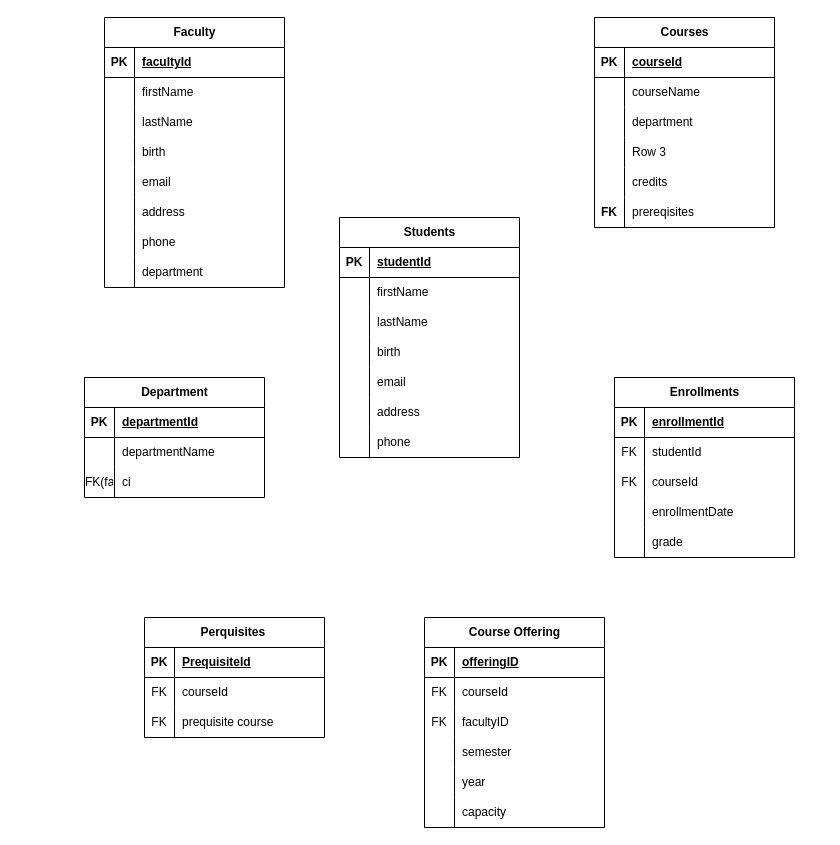
Before: sql-db-design-for-university-management.drawio in checkiamsiam/SQL-database-design-practice, a draw.io diagram. Source tidied: cells renumbered, new cells numbered last; positions are measured from the earlier drawing's top-left corner, leaving out a move shared by most shapes. Both pictures are drawn from the tidied source at 100%, with x=0, y=0 at pixel (84, 17).
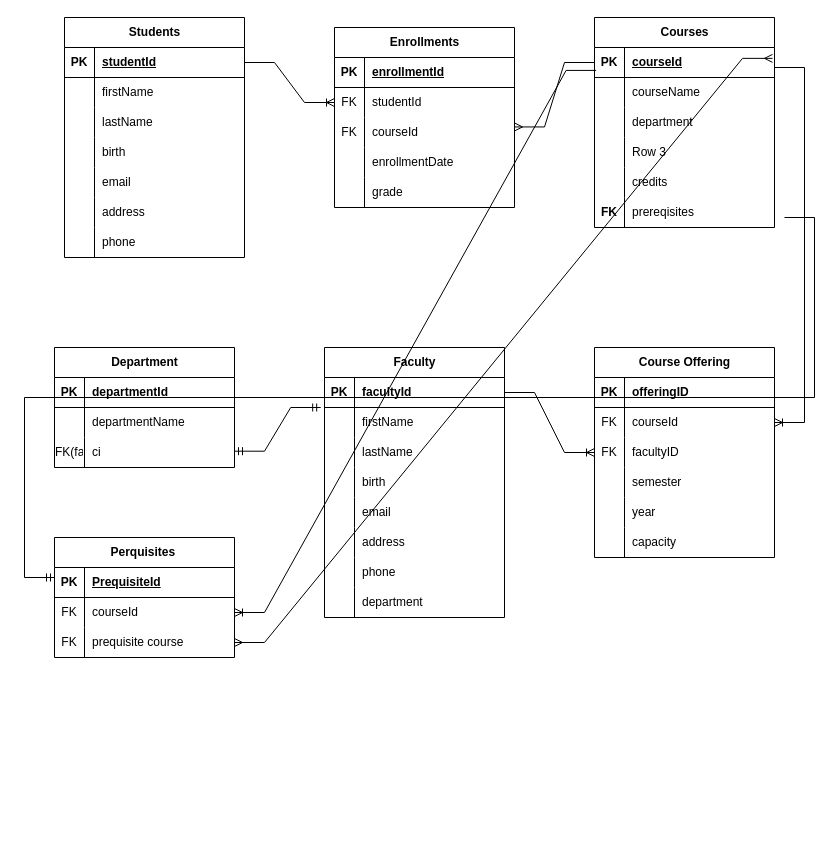
Above is the later version.

The change refers to these unchanged cells:
```xml
<mxCell id="3" style="shape=tableRow;horizontal=0;startSize=0;swimlaneHead=0;swimlaneBody=0;fillColor=none;points=[[0,0.5],[1,0.5]];portConstraint=eastwest;top=0;left=0;right=0;bottom=1;" parent="2" vertex="1">
  <mxGeometry y="30" width="180" height="30" as="geometry" />
</mxCell>
<mxCell id="25" style="shape=tableRow;horizontal=0;startSize=0;swimlaneHead=0;swimlaneBody=0;fillColor=none;points=[[0,0.5],[1,0.5]];portConstraint=eastwest;top=0;left=0;right=0;bottom=1;" parent="24" vertex="1">
  <mxGeometry y="30" width="180" height="30" as="geometry" />
</mxCell>
<mxCell id="44" style="shape=tableRow;horizontal=0;startSize=0;swimlaneHead=0;swimlaneBody=0;fillColor=none;points=[[0,0.5],[1,0.5]];portConstraint=eastwest;top=0;left=0;right=0;bottom=1;" parent="43" vertex="1">
  <mxGeometry y="30" width="180" height="30" as="geometry" />
</mxCell>
<mxCell id="72" style="shape=tableRow;horizontal=0;startSize=0;swimlaneHead=0;swimlaneBody=0;fillColor=none;points=[[0,0.5],[1,0.5]];portConstraint=eastwest;top=0;left=0;right=0;bottom=0;" parent="68" vertex="1">
  <mxGeometry y="60" width="180" height="30" as="geometry" />
</mxCell>
<mxCell id="75" style="shape=tableRow;horizontal=0;startSize=0;swimlaneHead=0;swimlaneBody=0;fillColor=none;points=[[0,0.5],[1,0.5]];portConstraint=eastwest;top=0;left=0;right=0;bottom=0;" parent="68" vertex="1">
  <mxGeometry y="90" width="180" height="30" as="geometry" />
</mxCell>
<mxCell id="88" style="shape=tableRow;horizontal=0;startSize=0;swimlaneHead=0;swimlaneBody=0;fillColor=none;points=[[0,0.5],[1,0.5]];portConstraint=eastwest;top=0;left=0;right=0;bottom=0;" parent="84" vertex="1">
  <mxGeometry y="60" width="180" height="30" as="geometry" />
</mxCell>
<mxCell id="91" style="shape=tableRow;horizontal=0;startSize=0;swimlaneHead=0;swimlaneBody=0;fillColor=none;points=[[0,0.5],[1,0.5]];portConstraint=eastwest;top=0;left=0;right=0;bottom=0;" parent="84" vertex="1">
  <mxGeometry y="90" width="180" height="30" as="geometry" />
</mxCell>
<mxCell id="117" style="shape=tableRow;horizontal=0;startSize=0;swimlaneHead=0;swimlaneBody=0;fillColor=none;points=[[0,0.5],[1,0.5]];portConstraint=eastwest;top=0;left=0;right=0;bottom=0;" parent="113" vertex="1">
  <mxGeometry y="60" width="180" height="30" as="geometry" />
</mxCell>
<mxCell id="120" style="shape=tableRow;horizontal=0;startSize=0;swimlaneHead=0;swimlaneBody=0;fillColor=none;points=[[0,0.5],[1,0.5]];portConstraint=eastwest;top=0;left=0;right=0;bottom=0;" parent="113" vertex="1">
  <mxGeometry y="90" width="180" height="30" as="geometry" />
</mxCell>
```

What changed in the source:
```diff
@@
     <mxCell id="2" value="Students" style="shape=table;startSize=30;childLayout=tableLayout;rowLines=0;fontStyle=1;align=center;html=1;" parent="1" vertex="1">
-      <mxGeometry x="255" y="200" width="180" height="240" as="geometry" />
+      <mxGeometry x="-20" width="180" height="240" as="geometry" />
     </mxCell>
@@
     <mxCell id="43" value="Faculty" style="shape=table;startSize=30;childLayout=tableLayout;rowLines=0;fontStyle=1;align=center;html=1;" parent="1" vertex="1">
-      <mxGeometry x="20" width="180" height="270" as="geometry" />
+      <mxGeometry x="240" y="330" width="180" height="270" as="geometry" />
     </mxCell>
@@
     <mxCell id="68" value="Enrollments" style="shape=table;startSize=30;childLayout=tableLayout;rowLines=0;fontStyle=1;align=center;html=1;" parent="1" vertex="1">
-      <mxGeometry x="530" y="360" width="180" height="180" as="geometry" />
+      <mxGeometry x="250" y="10" width="180" height="180" as="geometry" />
     </mxCell>
@@
     <mxCell id="84" value="Course Offering" style="shape=table;startSize=30;childLayout=tableLayout;rowLines=0;fontStyle=1;align=center;html=1;" parent="1" vertex="1">
-      <mxGeometry x="340" y="600" width="180" height="210" as="geometry" />
+      <mxGeometry x="510" y="330" width="180" height="210" as="geometry" />
     </mxCell>
@@
+    <mxCell id="123" style="edgeStyle=orthogonalEdgeStyle;rounded=0;jettySize=auto;html=1;exitX=0.5;exitY=0;exitDx=0;exitDy=0;" parent="1" edge="1" source="103">
+      <mxGeometry relative="1" as="geometry">
+        <mxPoint x="70" y="350" as="targetPoint" />
+      </mxGeometry>
+    </mxCell>
     <mxCell id="103" value="Department" style="shape=table;startSize=30;childLayout=tableLayout;rowLines=0;fontStyle=1;align=center;html=1;" parent="1" vertex="1">
-      <mxGeometry y="360" width="180" height="120" as="geometry" />
+      <mxGeometry x="-30" y="330" width="180" height="120" as="geometry" />
     </mxCell>
@@
     <mxCell id="113" value="Perquisites&amp;nbsp;" style="shape=table;startSize=30;childLayout=tableLayout;rowLines=0;fontStyle=1;align=center;html=1;" parent="1" vertex="1">
-      <mxGeometry x="60" y="600" width="180" height="120" as="geometry" />
+      <mxGeometry x="-30" y="520" width="180" height="120" as="geometry" />
     </mxCell>
@@
+    <mxCell id="124" style="edgeStyle=entityRelationEdgeStyle;fontSize=12;html=1;endArrow=ERoneToMany;rounded=0;exitX=1;exitY=0.5;exitDx=0;exitDy=0;entryX=0;entryY=0.5;entryDx=0;entryDy=0;" parent="1" edge="1" source="3" target="72">
+      <mxGeometry relative="1" as="geometry" />
+    </mxCell>
+    <mxCell id="125" style="edgeStyle=entityRelationEdgeStyle;fontSize=12;html=1;endArrow=ERmany;rounded=0;entryX=1;entryY=0.315;entryDx=0;entryDy=0;entryPerimeter=0;exitX=0;exitY=0.5;exitDx=0;exitDy=0;" parent="1" edge="1" source="25" target="75">
+      <mxGeometry relative="1" as="geometry" />
+    </mxCell>
+    <mxCell id="126" style="edgeStyle=entityRelationEdgeStyle;fontSize=12;html=1;endArrow=ERoneToMany;rounded=0;exitX=1;exitY=0.667;exitDx=0;exitDy=0;entryX=1;entryY=0.5;entryDx=0;entryDy=0;exitPerimeter=0;" parent="1" edge="1" source="25" target="88">
+      <mxGeometry relative="1" as="geometry" />
+    </mxCell>
+    <mxCell id="127" style="edgeStyle=entityRelationEdgeStyle;fontSize=12;html=1;endArrow=ERoneToMany;rounded=0;exitX=1;exitY=0.5;exitDx=0;exitDy=0;entryX=0;entryY=0.5;entryDx=0;entryDy=0;" parent="1" edge="1" source="44" target="91">
+      <mxGeometry relative="1" as="geometry" />
+    </mxCell>
+    <mxCell id="128" style="edgeStyle=entityRelationEdgeStyle;fontSize=12;html=1;endArrow=ERmandOne;startArrow=ERmandOne;rounded=0;exitX=1.021;exitY=-0.042;exitDx=0;exitDy=0;exitPerimeter=0;entryX=0;entryY=0.5;entryDx=0;entryDy=0;" parent="1" edge="1">
+      <mxGeometry relative="1" as="geometry">
+        <mxPoint x="150" y="433.7" as="sourcePoint" />
+        <mxPoint x="236.2" y="390" as="targetPoint" />
+      </mxGeometry>
+    </mxCell>
+    <mxCell id="129" style="edgeStyle=entityRelationEdgeStyle;fontSize=12;html=1;endArrow=ERoneToMany;rounded=0;exitX=0.009;exitY=0.764;exitDx=0;exitDy=0;exitPerimeter=0;entryX=1;entryY=0.5;entryDx=0;entryDy=0;" parent="1" edge="1" source="25" target="117">
+      <mxGeometry relative="1" as="geometry" />
+    </mxCell>
+    <mxCell id="130" style="edgeStyle=entityRelationEdgeStyle;fontSize=12;html=1;endArrow=ERmany;startArrow=ERmany;rounded=0;exitX=1;exitY=0.5;exitDx=0;exitDy=0;entryX=0.989;entryY=0.362;entryDx=0;entryDy=0;entryPerimeter=0;" parent="1" edge="1" source="120" target="25">
+      <mxGeometry relative="1" as="geometry" />
+    </mxCell>
+    <mxCell id="131" style="edgeStyle=entityRelationEdgeStyle;fontSize=12;html=1;endArrow=ERmandOne;rounded=0;" parent="1" edge="1">
+      <mxGeometry relative="1" as="geometry">
+        <mxPoint x="700" y="200" as="sourcePoint" />
+        <mxPoint x="-30" y="560" as="targetPoint" />
+      </mxGeometry>
+    </mxCell>
```
